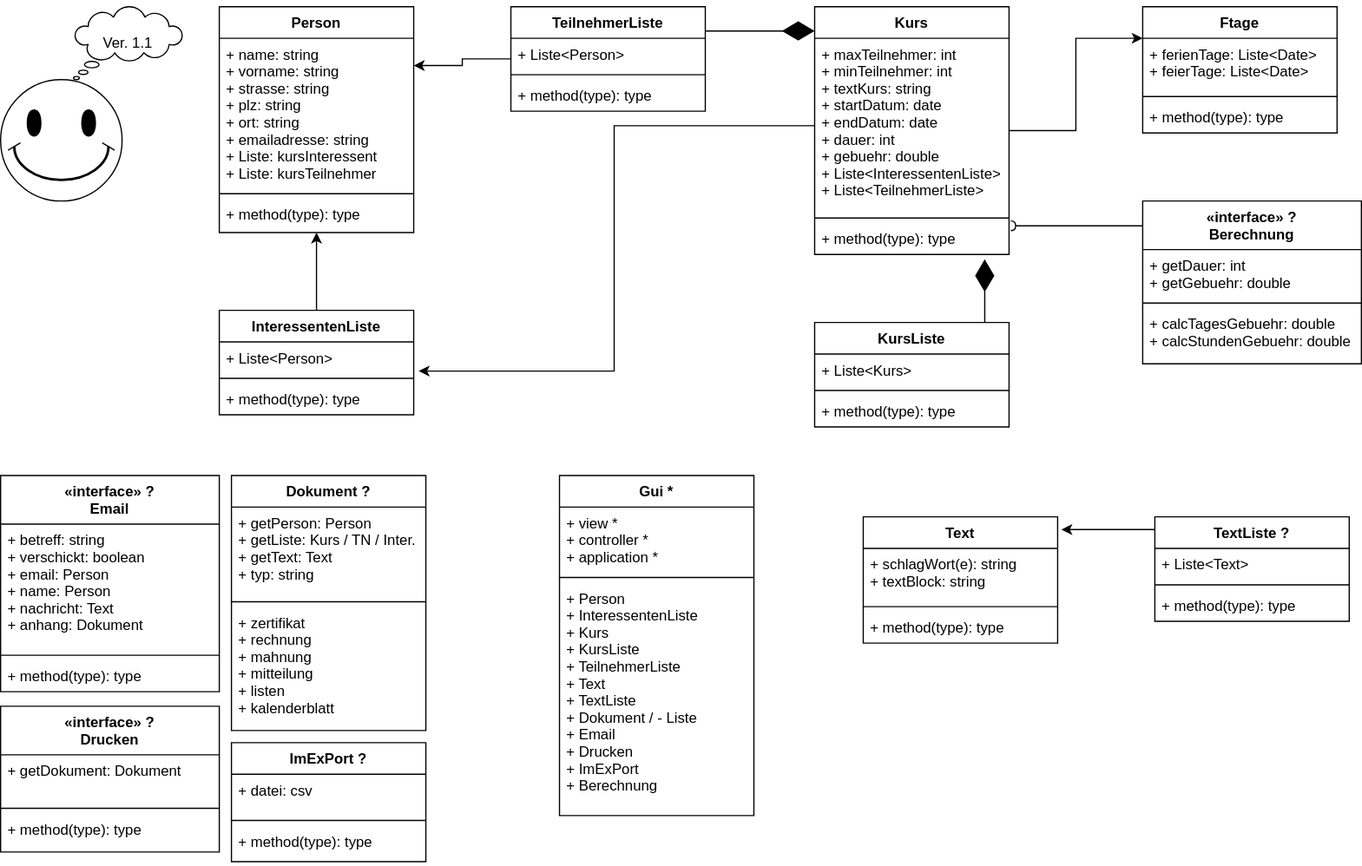
Before: doc/plan01.1.svg, a diagram exported from draw.io (ennouali2014/SWE-M07). Source tidied: cells renumbered, new cells last; positions are measured from the earlier drawing's top-left corner, leaving out a move shared by most shapes.
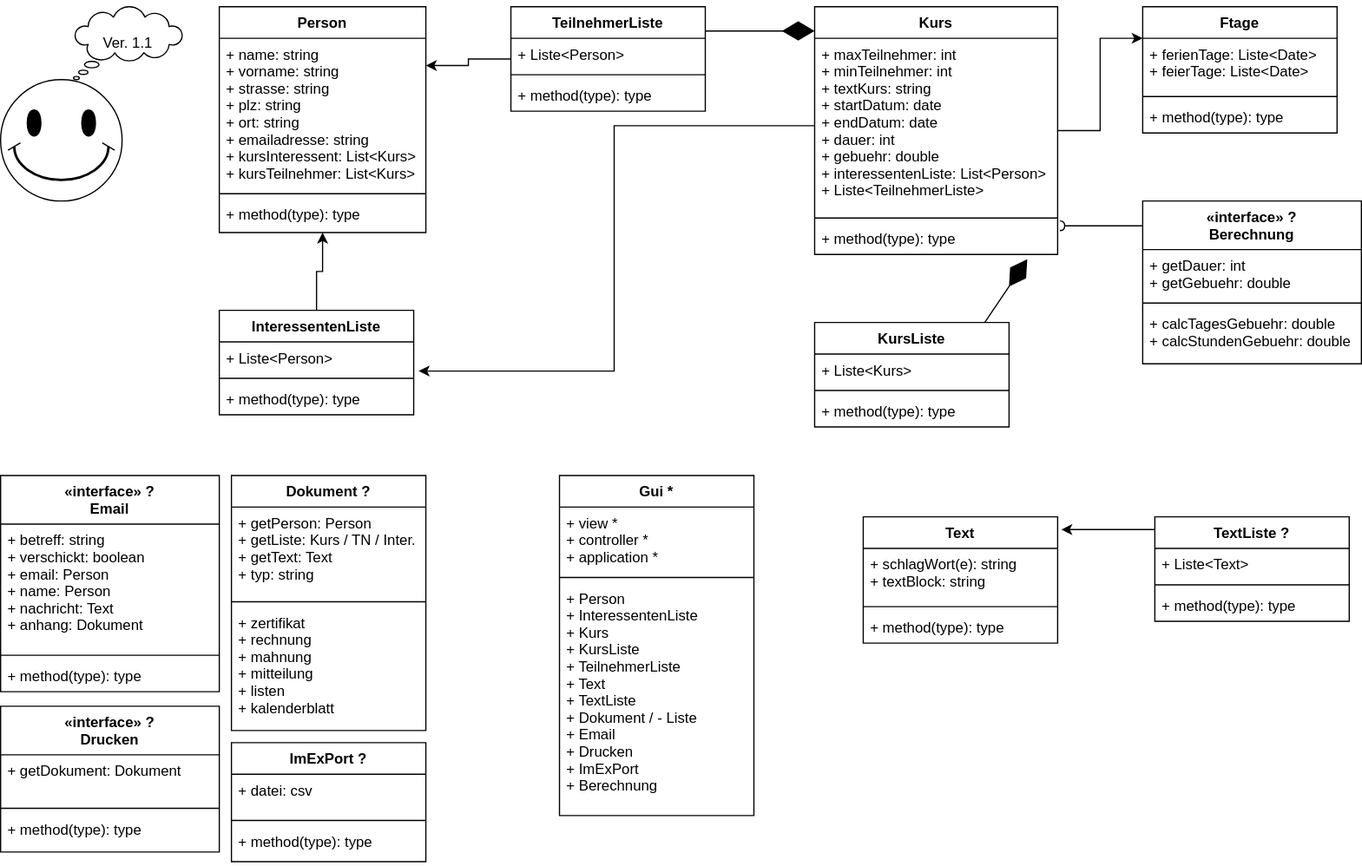
Above is the later version.

Commit message:
Plan aktualisiert

The edit, as a diff of the source:
```diff
@@ -6,16 +6,16 @@
       <mxGeometry y="60" width="100" height="100" as="geometry" />
     </mxCell>
     <mxCell id="3" value="Person" style="swimlane;fontStyle=1;align=center;verticalAlign=top;horizontal=1;startSize=26;" parent="1" vertex="1">
-      <mxGeometry x="180" width="160" height="186" as="geometry" />
+      <mxGeometry x="180" width="170" height="186" as="geometry" />
     </mxCell>
-    <mxCell id="4" value="+ name: string&#10;+ vorname: string&#10;+ strasse: string&#10;+ plz: string&#10;+ ort: string&#10;+ emailadresse: string&#10;+ Liste: kursInteressent&#10;+ Liste: kursTeilnehmer" style="text;strokeColor=none;fillColor=none;align=left;verticalAlign=top;spacingLeft=4;spacingRight=4;overflow=hidden;points=[[0,0.5],[1,0.5]];portConstraint=eastwest;" parent="3" vertex="1">
-      <mxGeometry y="26" width="160" height="124" as="geometry" />
+    <mxCell id="4" value="+ name: string&#10;+ vorname: string&#10;+ strasse: string&#10;+ plz: string&#10;+ ort: string&#10;+ emailadresse: string&#10;+ kursInteressent: List&lt;Kurs&gt;&#10;+ kursTeilnehmer: List&lt;Kurs&gt;" style="text;strokeColor=none;fillColor=none;align=left;verticalAlign=top;spacingLeft=4;spacingRight=4;overflow=hidden;points=[[0,0.5],[1,0.5]];portConstraint=eastwest;" parent="3" vertex="1">
+      <mxGeometry y="26" width="170" height="124" as="geometry" />
     </mxCell>
     <mxCell id="5" style="line;strokeWidth=1;fillColor=none;align=left;verticalAlign=middle;spacingTop=-1;spacingLeft=3;spacingRight=3;labelPosition=right;" parent="3" vertex="1">
-      <mxGeometry y="150" width="160" height="8" as="geometry" />
+      <mxGeometry y="150" width="170" height="8" as="geometry" />
     </mxCell>
     <mxCell id="6" value="+ method(type): type" style="text;strokeColor=none;fillColor=none;align=left;verticalAlign=top;spacingLeft=4;spacingRight=4;overflow=hidden;" parent="3" vertex="1">
-      <mxGeometry y="158" width="160" height="28" as="geometry" />
+      <mxGeometry y="158" width="170" height="28" as="geometry" />
     </mxCell>
     <mxCell id="7" style="edgeStyle=orthogonalEdgeStyle;rounded=0;jettySize=auto;html=1;entryX=1;entryY=0.181;entryDx=0;entryDy=0;entryPerimeter=0;" parent="1" edge="1" source="8" target="4">
       <mxGeometry relative="1" as="geometry" />
@@ -51,16 +51,16 @@
       <mxGeometry relative="1" as="geometry" />
     </mxCell>
     <mxCell id="18" value="Kurs" style="swimlane;fontStyle=1;align=center;verticalAlign=top;horizontal=1;startSize=26;" parent="1" vertex="1">
-      <mxGeometry x="670" width="160" height="204" as="geometry" />
+      <mxGeometry x="670" width="200" height="204" as="geometry" />
     </mxCell>
-    <mxCell id="19" value="+ maxTeilnehmer: int&#10;+ minTeilnehmer: int&#10;+ textKurs: string&#10;+ startDatum: date&#10;+ endDatum: date&#10;+ dauer: int&#10;+ gebuehr: double&#10;+ Liste&lt;InteressentenListe&gt;&#10;+ Liste&lt;TeilnehmerListe&gt;" style="text;strokeColor=none;fillColor=none;align=left;verticalAlign=top;spacingLeft=4;spacingRight=4;overflow=hidden;points=[[0,0.5],[1,0.5]];portConstraint=eastwest;" parent="18" vertex="1">
-      <mxGeometry y="26" width="160" height="144" as="geometry" />
+    <mxCell id="19" value="+ maxTeilnehmer: int&#10;+ minTeilnehmer: int&#10;+ textKurs: string&#10;+ startDatum: date&#10;+ endDatum: date&#10;+ dauer: int&#10;+ gebuehr: double&#10;+ interessentenListe: List&lt;Person&gt;&#10;+ Liste&lt;TeilnehmerListe&gt;" style="text;strokeColor=none;fillColor=none;align=left;verticalAlign=top;spacingLeft=4;spacingRight=4;overflow=hidden;points=[[0,0.5],[1,0.5]];portConstraint=eastwest;" parent="18" vertex="1">
+      <mxGeometry y="26" width="200" height="144" as="geometry" />
     </mxCell>
     <mxCell id="20" style="line;strokeWidth=1;fillColor=none;align=left;verticalAlign=middle;spacingTop=-1;spacingLeft=3;spacingRight=3;labelPosition=right;" parent="18" vertex="1">
-      <mxGeometry y="170" width="160" height="8" as="geometry" />
+      <mxGeometry y="170" width="200" height="8" as="geometry" />
     </mxCell>
     <mxCell id="21" value="+ method(type): type" style="text;strokeColor=none;fillColor=none;align=left;verticalAlign=top;spacingLeft=4;spacingRight=4;overflow=hidden;points=[[0,0.5],[1,0.5]];portConstraint=eastwest;" parent="18" vertex="1">
-      <mxGeometry y="178" width="160" height="26" as="geometry" />
+      <mxGeometry y="178" width="200" height="26" as="geometry" />
     </mxCell>
     <mxCell id="22" value="KursListe" style="swimlane;fontStyle=1;align=center;verticalAlign=top;horizontal=1;startSize=26;" parent="1" vertex="1">
       <mxGeometry x="670" y="260" width="160" height="86" as="geometry" />
```
